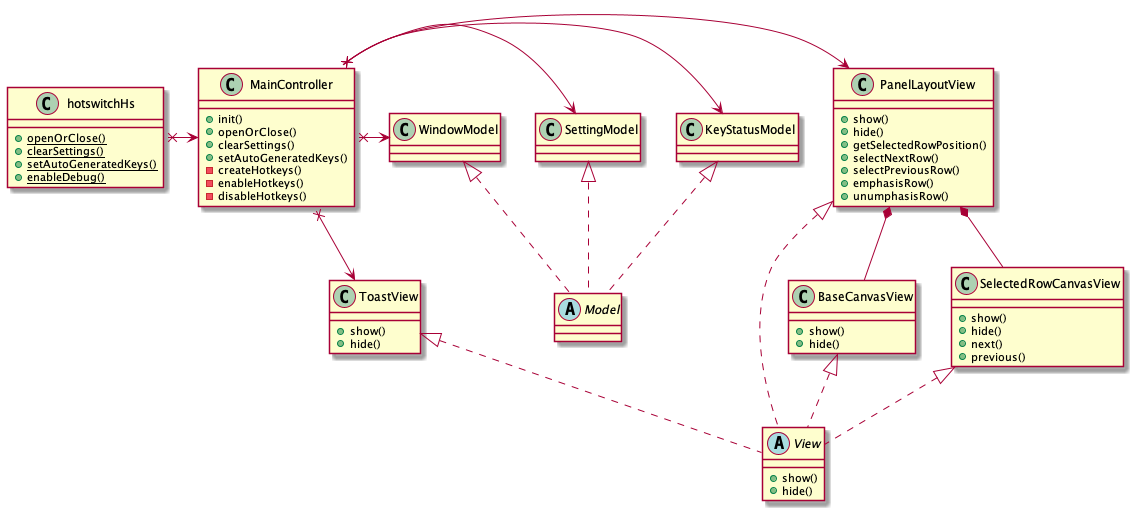
oniatsu/HotSwitch-HS keeps this PlantUML diagram as uml/hotswitch-hs.png. Above is the earlier version. Its diagram source:
```plantuml
@startuml hotswitch-hs

class hotswitchHs {
    {static} +openOrClose()
    {static} +clearSettings()
    {static} +setAutoGeneratedKeys()
    {static} +enableDebug()
}

class KeyStatusModel
class SettingModel
class WindowModel
abstract Model

class PanelLayoutView {
    +show()
    +hide()
    +getSelectedRowPosition()
    +selectNextRow()
    +selectPreviousRow()
    +emphasisRow()
    +unumphasisRow()
}
class BaseCanvasView {
    +show()
    +hide()
}
class SelectedRowCanvasView {
    +show()
    +hide()
    +next()
    +previous()
}
class ToastView {
    +show()
    +hide()
}
abstract View {
    +show()
    +hide()
}

class MainController {
    +init()
    +openOrClose()
    +clearSettings()
    +setAutoGeneratedKeys()
    -createHotkeys()
    -enableHotkeys()
    -disableHotkeys()
}

hotswitchHs x-> MainController

MainController x-> PanelLayoutView
MainController x-> ToastView
MainController x-> KeyStatusModel
MainController x-> SettingModel
MainController x-> WindowModel

KeyStatusModel <|.. Model
SettingModel <|.. Model
WindowModel <|.. Model

PanelLayoutView <|.. View
BaseCanvasView <|.. View
SelectedRowCanvasView <|.. View
ToastView <|.. View

PanelLayoutView *-- BaseCanvasView
PanelLayoutView *-- SelectedRowCanvasView

@endum
```
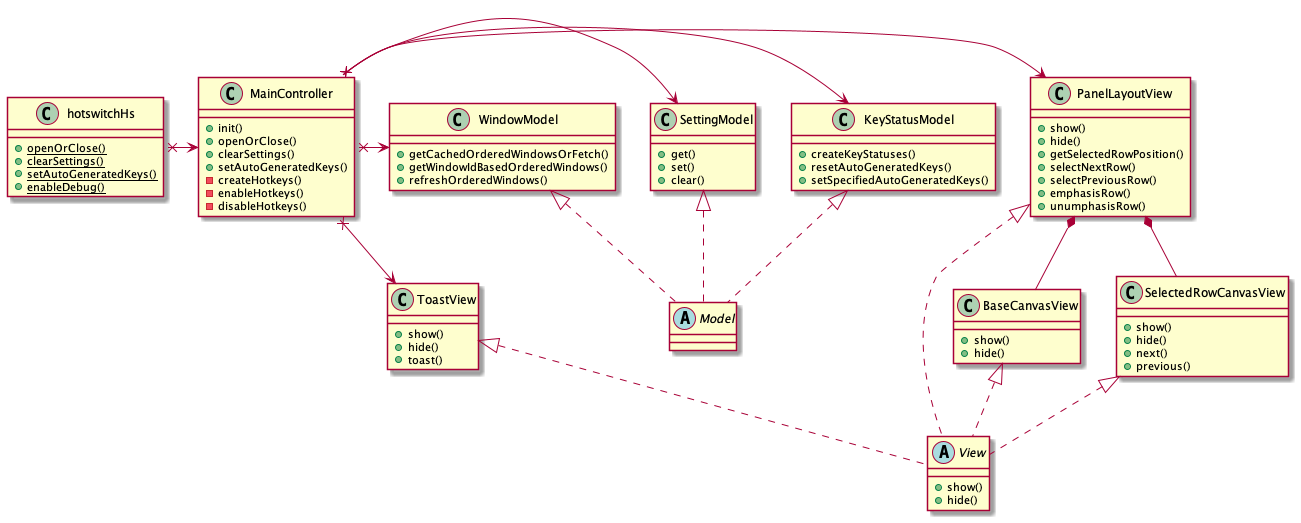
After the change.

Change to the diagram source:
```diff
@@ -7,9 +7,21 @@
     {static} +enableDebug()
 }
 
-class KeyStatusModel
-class SettingModel
-class WindowModel
+class KeyStatusModel {
+    +createKeyStatuses()
+    +resetAutoGeneratedKeys()
+    +setSpecifiedAutoGeneratedKeys()
+}
+class SettingModel {
+    +get()
+    +set()
+    +clear()
+}
+class WindowModel {
+    +getCachedOrderedWindowsOrFetch()
+    +getWindowIdBasedOrderedWindows()
+    +refreshOrderedWindows()
+}
 abstract Model
 
 class PanelLayoutView {
@@ -34,6 +46,7 @@
 class ToastView {
     +show()
     +hide()
+    +toast()
 }
 abstract View {
     +show()
```
